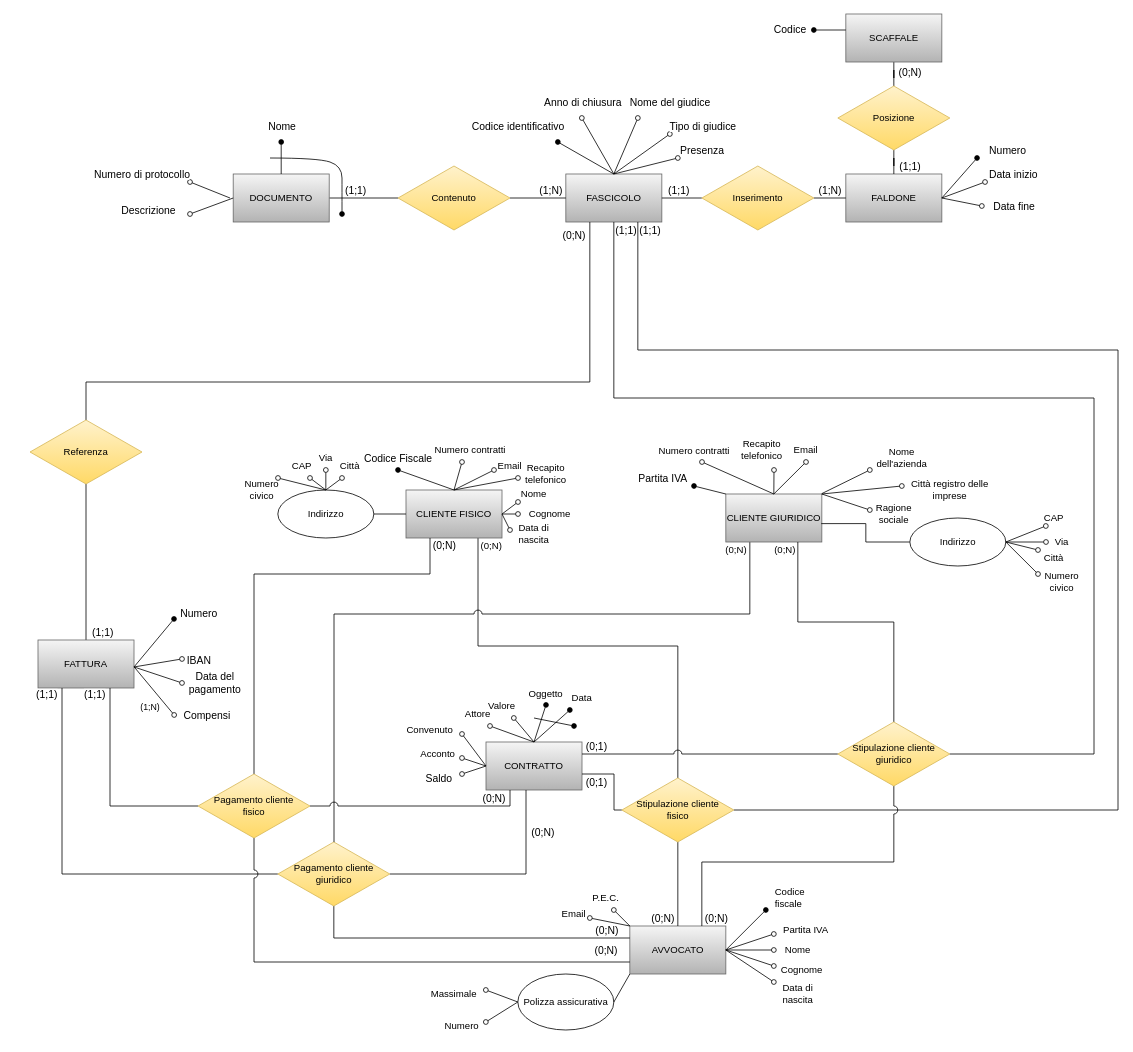
AndreaCiv/BasiDiDati keeps this draw.io diagram as DiagrammaER_Completo_DiMezzo.drawio. Above is the earlier version. Source tidied: cells renumbered, new cells numbered last; positions are measured from the earlier drawing's top-left corner, leaving out a move shared by most shapes. Both pictures are drawn from the tidied source at 80%, with x=0, y=0 at pixel (30, 14).
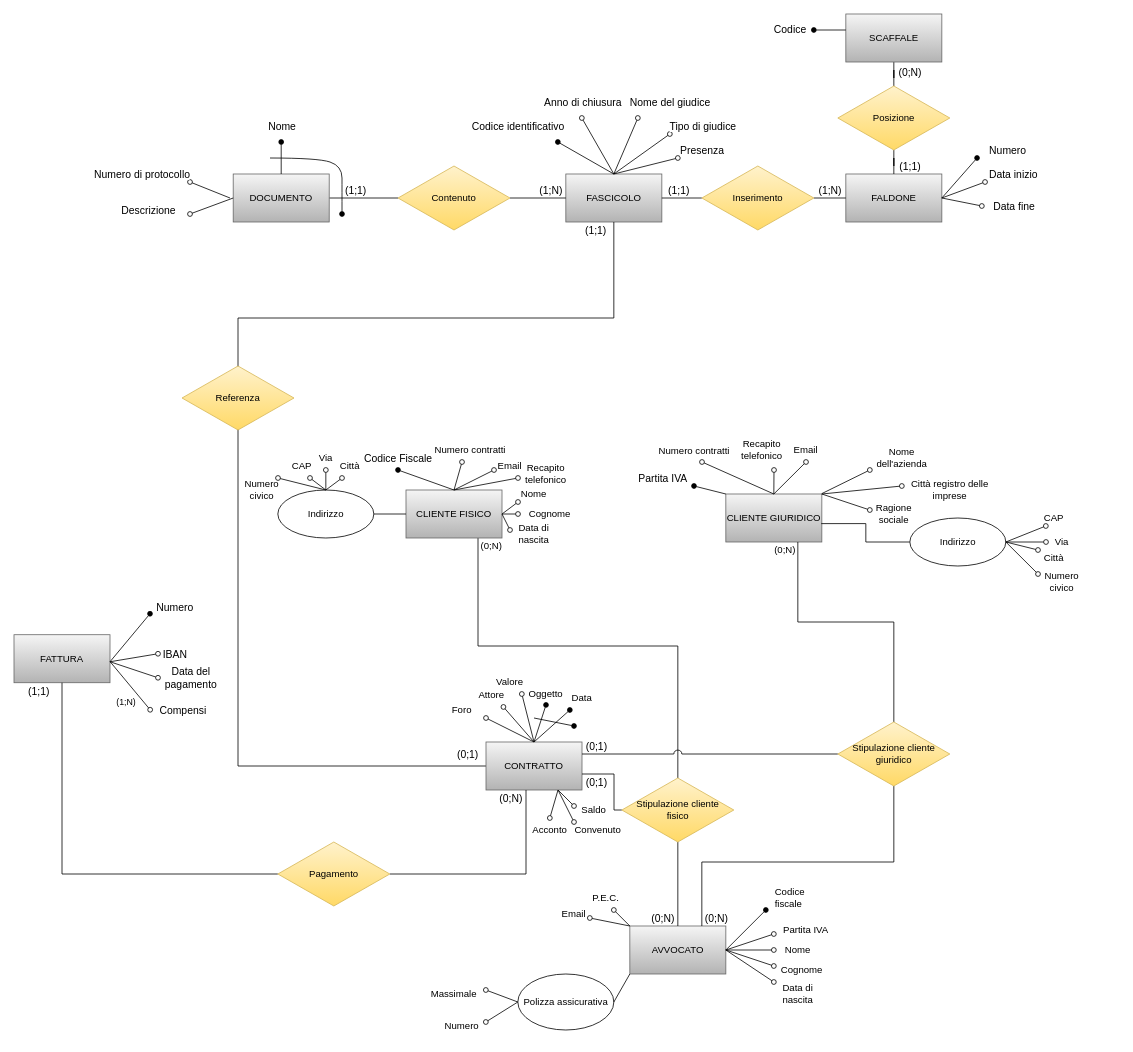
After the change.

The change refers to these unchanged cells:
```xml
<mxCell id="2" value="FASCICOLO" style="rounded=0;whiteSpace=wrap;html=1;fillColor=#f5f5f5;gradientColor=#b3b3b3;strokeColor=#666666;" parent="1" vertex="1">
  <mxGeometry x="669.8" y="200" width="120" height="60" as="geometry" />
</mxCell>
<mxCell id="45" value="CONTRATTO" style="rounded=0;whiteSpace=wrap;html=1;fillColor=#f5f5f5;gradientColor=#b3b3b3;strokeColor=#666666;" parent="1" vertex="1">
  <mxGeometry x="570" y="910" width="120" height="60" as="geometry" />
</mxCell>
<mxCell id="46" value="AVVOCATO" style="rounded=0;whiteSpace=wrap;html=1;fillColor=#f5f5f5;gradientColor=#b3b3b3;strokeColor=#666666;" parent="1" vertex="1">
  <mxGeometry x="749.8" y="1140" width="120" height="60" as="geometry" />
</mxCell>
<mxCell id="57" value="Stipulazione cliente&lt;br&gt;fisico" style="rhombus;whiteSpace=wrap;html=1;fillColor=#fff2cc;gradientColor=#ffd966;strokeColor=#d6b656;" parent="1" vertex="1">
  <mxGeometry x="739.8" y="955" width="140" height="80" as="geometry" />
</mxCell>
<mxCell id="58" style="edgeStyle=orthogonalEdgeStyle;rounded=0;jettySize=auto;html=1;startArrow=none;startFill=0;endArrow=none;endFill=0;" parent="1" edge="1" source="64" target="45">
  <mxGeometry relative="1" as="geometry">
    <Array as="points">
      <mxPoint x="620" y="1075" />
    </Array>
  </mxGeometry>
</mxCell>
<mxCell id="103" value="CLIENTE FISICO" style="rounded=0;whiteSpace=wrap;html=1;fillColor=#f5f5f5;gradientColor=#b3b3b3;strokeColor=#666666;" parent="1" vertex="1">
  <mxGeometry x="470" y="595" width="120" height="60" as="geometry" />
</mxCell>
<mxCell id="105" value="CLIENTE GIURIDICO" style="rounded=0;whiteSpace=wrap;html=1;fillColor=#f5f5f5;gradientColor=#b3b3b3;strokeColor=#666666;" parent="1" vertex="1">
  <mxGeometry x="869.8" y="600" width="120" height="60" as="geometry" />
</mxCell>
<mxCell id="174" value="Stipulazione cliente&lt;br&gt;giuridico" style="rhombus;whiteSpace=wrap;html=1;fillColor=#fff2cc;gradientColor=#ffd966;strokeColor=#d6b656;" parent="1" vertex="1">
  <mxGeometry x="1009.8" y="885" width="140" height="80" as="geometry" />
</mxCell>
```

The edit, as a diff of the source:
```diff
@@
+    <mxCell id="184" style="edgeStyle=orthogonalEdgeStyle;rounded=0;jettySize=auto;html=1;exitX=0.5;exitY=0;exitDx=0;exitDy=0;" parent="1" edge="1" source="45">
+      <mxGeometry relative="1" as="geometry">
+        <mxPoint x="630" y="909.6" as="targetPoint" />
+      </mxGeometry>
+    </mxCell>
+    <mxCell id="185" style="edgeStyle=orthogonalEdgeStyle;rounded=0;jettySize=auto;html=1;exitX=0;exitY=0.5;exitDx=0;exitDy=0;entryX=0.5;entryY=1;entryDx=0;entryDy=0;endArrow=none;endFill=0;" parent="1" edge="1" source="45" target="2">
+      <mxGeometry relative="1" as="geometry">
+        <Array as="points">
+          <mxPoint x="260" y="940" />
+          <mxPoint x="260" y="380" />
+          <mxPoint x="730" y="380" />
+        </Array>
+      </mxGeometry>
+    </mxCell>
@@
-    <mxCell id="47" style="edgeStyle=orthogonalEdgeStyle;rounded=0;jettySize=auto;html=1;entryX=0.5;entryY=1;entryDx=0;entryDy=0;endArrow=none;endFill=0;" parent="1" edge="1" source="49" target="120">
-      <mxGeometry relative="1" as="geometry" />
-    </mxCell>
-    <mxCell id="48" value="&lt;font style=&quot;font-size: 13px&quot;&gt;(1;1)&lt;/font&gt;" style="edgeLabel;html=1;align=center;verticalAlign=middle;" parent="47" vertex="1">
-      <mxGeometry x="-0.75" y="-1" relative="1" as="geometry">
-        <mxPoint x="19" y="14" as="offset" />
-      </mxGeometry>
-    </mxCell>
     <mxCell id="49" value="FATTURA" style="rounded=0;whiteSpace=wrap;html=1;fillColor=#f5f5f5;gradientColor=#b3b3b3;strokeColor=#666666;" parent="1" vertex="1">
-      <mxGeometry x="10" y="782.5" width="120" height="60" as="geometry" />
+      <mxGeometry x="-20" y="775.9" width="120" height="60" as="geometry" />
     </mxCell>
@@
-    <mxCell id="54" style="edgeStyle=orthogonalEdgeStyle;rounded=0;jettySize=auto;html=1;fontSize=13;endArrow=none;endFill=0;entryX=0.75;entryY=1;entryDx=0;entryDy=0;exitX=1;exitY=0.5;exitDx=0;exitDy=0;" parent="1" edge="1" source="57" target="2">
-      <mxGeometry relative="1" as="geometry">
-        <Array as="points">
-          <mxPoint x="1360" y="995" />
-          <mxPoint x="1360" y="420" />
-          <mxPoint x="760" y="420" />
-        </Array>
-      </mxGeometry>
-    </mxCell>
-    <mxCell id="55" value="(1;1)" style="edgeLabel;html=1;align=center;verticalAlign=middle;fontSize=13;" parent="54" vertex="1">
-      <mxGeometry x="0.97" relative="1" as="geometry">
-        <mxPoint x="15" y="-17" as="offset" />
-      </mxGeometry>
-    </mxCell>
@@
     <mxCell id="59" value="(0;N)" style="edgeLabel;html=1;align=center;verticalAlign=middle;fontSize=13;" parent="58" vertex="1">
       <mxGeometry x="0.24" y="3" relative="1" as="geometry">
-        <mxPoint x="23" y="-52" as="offset" />
+        <mxPoint x="-17" y="-95" as="offset" />
       </mxGeometry>
     </mxCell>
-    <mxCell id="60" style="edgeStyle=orthogonalEdgeStyle;rounded=0;jettySize=auto;html=1;startArrow=none;startFill=0;endArrow=none;endFill=0;" parent="1" edge="1" source="64" target="49">
-      <mxGeometry relative="1" as="geometry">
-        <Array as="points">
-          <mxPoint x="40" y="1075" />
-        </Array>
-      </mxGeometry>
+    <mxCell id="60" style="edgeStyle=orthogonalEdgeStyle;rounded=0;jettySize=auto;html=1;entryX=0.5;entryY=1;entryDx=0;entryDy=0;endArrow=none;endFill=0;" parent="1" edge="1" source="64" target="49">
+      <mxGeometry relative="1" as="geometry" />
     </mxCell>
-    <mxCell id="61" value="(1;1)" style="edgeLabel;html=1;align=center;verticalAlign=middle;fontSize=13;" parent="60" vertex="1">
-      <mxGeometry x="-0.66" y="2" relative="1" as="geometry">
-        <mxPoint x="-204" y="-227" as="offset" />
-      </mxGeometry>
-    </mxCell>
-    <mxCell id="62" style="edgeStyle=orthogonalEdgeStyle;rounded=0;jettySize=auto;html=1;startArrow=none;startFill=0;endArrow=none;endFill=0;entryX=0;entryY=0.25;entryDx=0;entryDy=0;exitX=0.5;exitY=1;exitDx=0;exitDy=0;" parent="1" edge="1" source="64" target="46">
-      <mxGeometry relative="1" as="geometry">
-        <Array as="points">
-          <mxPoint x="380" y="1155" />
-        </Array>
-      </mxGeometry>
-    </mxCell>
-    <mxCell id="63" value="(0;N)" style="edgeLabel;html=1;align=center;verticalAlign=middle;fontSize=13;" parent="62" vertex="1">
-      <mxGeometry x="0.92" y="-1" relative="1" as="geometry">
-        <mxPoint x="-13" y="-11" as="offset" />
-      </mxGeometry>
-    </mxCell>
-    <mxCell id="64" value="Pagamento cliente &lt;br&gt;giuridico" style="rhombus;whiteSpace=wrap;html=1;fillColor=#fff2cc;gradientColor=#ffd966;strokeColor=#d6b656;" parent="1" vertex="1">
+    <mxCell id="64" value="Pagamento" style="rhombus;whiteSpace=wrap;html=1;fillColor=#fff2cc;gradientColor=#ffd966;strokeColor=#d6b656;" parent="1" vertex="1">
       <mxGeometry x="309.8" y="1035" width="140" height="80" as="geometry" />
     </mxCell>
     <mxCell id="65" style="endArrow=oval;html=1;rounded=0;endFill=1;exitX=1;exitY=0.5;exitDx=0;exitDy=0;" parent="1" edge="1">
       <mxGeometry relative="1" as="geometry">
-        <mxPoint x="130" y="816.2" as="sourcePoint" />
-        <mxPoint x="180" y="756.2" as="targetPoint" />
+        <mxPoint x="100" y="809.7" as="sourcePoint" />
+        <mxPoint x="150" y="749.7" as="targetPoint" />
       </mxGeometry>
     </mxCell>
@@
     <mxCell id="67" style="endArrow=oval;html=1;rounded=0;fontSize=13;endFill=0;" parent="1" edge="1">
       <mxGeometry relative="1" as="geometry">
-        <mxPoint x="130" y="816.2" as="sourcePoint" />
-        <mxPoint x="190" y="806.2" as="targetPoint" />
+        <mxPoint x="100" y="809.7" as="sourcePoint" />
+        <mxPoint x="160" y="799.7" as="targetPoint" />
       </mxGeometry>
     </mxCell>
@@
     <mxCell id="69" style="endArrow=oval;html=1;rounded=0;fontSize=13;endFill=0;" parent="1" edge="1">
       <mxGeometry relative="1" as="geometry">
-        <mxPoint x="130" y="816.2" as="sourcePoint" />
-        <mxPoint x="190" y="836.2" as="targetPoint" />
+        <mxPoint x="100" y="809.7" as="sourcePoint" />
+        <mxPoint x="160" y="829.7" as="targetPoint" />
       </mxGeometry>
     </mxCell>
@@
     <mxCell id="74" value="Valore" style="text;html=1;strokeColor=none;fillColor=none;align=center;verticalAlign=middle;whiteSpace=wrap;rounded=0;" parent="1" vertex="1">
-      <mxGeometry x="559.8" y="850" width="60" height="30" as="geometry" />
+      <mxGeometry x="569.8" y="820" width="60" height="30" as="geometry" />
     </mxCell>
@@
     <mxCell id="76" value="Attore" style="text;html=1;strokeColor=none;fillColor=none;align=center;verticalAlign=middle;whiteSpace=wrap;rounded=0;" parent="1" vertex="1">
-      <mxGeometry x="530" y="860" width="60" height="30" as="geometry" />
+      <mxGeometry x="546.8" y="836.2" width="60" height="30" as="geometry" />
     </mxCell>
-    <mxCell id="77" style="endArrow=oval;html=1;rounded=0;endFill=0;exitX=0;exitY=0.5;exitDx=0;exitDy=0;" parent="1" edge="1" source="45">
+    <mxCell id="77" style="endArrow=oval;html=1;rounded=0;endFill=0;exitX=0.75;exitY=1;exitDx=0;exitDy=0;" parent="1" edge="1" source="45">
       <mxGeometry relative="1" as="geometry">
-        <mxPoint x="540" y="900" as="targetPoint" />
+        <mxPoint x="680" y="1010" as="targetPoint" />
       </mxGeometry>
     </mxCell>
     <mxCell id="78" value="Convenuto" style="text;html=1;strokeColor=none;fillColor=none;align=center;verticalAlign=middle;whiteSpace=wrap;rounded=0;" parent="1" vertex="1">
-      <mxGeometry x="470" y="880" width="60" height="30" as="geometry" />
+      <mxGeometry x="679.8" y="1005" width="60" height="30" as="geometry" />
     </mxCell>
-    <mxCell id="79" style="endArrow=oval;html=1;rounded=0;endFill=0;exitX=0;exitY=0.5;exitDx=0;exitDy=0;" parent="1" edge="1" source="45">
-      <mxGeometry relative="1" as="geometry">
-        <mxPoint x="540" y="930" as="targetPoint" />
-      </mxGeometry>
+    <mxCell id="79" style="endArrow=oval;html=1;rounded=0;endFill=0;exitX=0.75;exitY=1;exitDx=0;exitDy=0;entryX=0.5;entryY=0;entryDx=0;entryDy=0;" parent="1" edge="1" source="45" target="80">
+      <mxGeometry relative="1" as="geometry" />
     </mxCell>
     <mxCell id="80" value="Acconto" style="text;html=1;strokeColor=none;fillColor=none;align=center;verticalAlign=middle;whiteSpace=wrap;rounded=0;" parent="1" vertex="1">
-      <mxGeometry x="480" y="910" width="60" height="30" as="geometry" />
+      <mxGeometry x="619.8" y="1005" width="60" height="30" as="geometry" />
     </mxCell>
@@
-    <mxCell id="104" style="edgeStyle=orthogonalEdgeStyle;rounded=0;jettySize=auto;html=1;exitX=0.25;exitY=1;exitDx=0;exitDy=0;endArrow=none;endFill=0;jumpStyle=arc;jumpSize=10;" parent="1" edge="1" source="105" target="64">
-      <mxGeometry relative="1" as="geometry">
-        <Array as="points">
-          <mxPoint x="900" y="750" />
-          <mxPoint x="380" y="750" />
-        </Array>
-      </mxGeometry>
-    </mxCell>
@@
-    <mxCell id="118" style="edgeStyle=orthogonalEdgeStyle;rounded=0;jettySize=auto;html=1;entryX=0.25;entryY=1;entryDx=0;entryDy=0;endArrow=none;endFill=0;" parent="1" edge="1" source="120" target="2">
-      <mxGeometry relative="1" as="geometry">
-        <Array as="points">
-          <mxPoint x="70" y="460" />
-          <mxPoint x="700" y="460" />
-        </Array>
-      </mxGeometry>
-    </mxCell>
-    <mxCell id="119" value="(0;N)" style="edgeLabel;html=1;align=center;verticalAlign=middle;fontSize=13;" parent="118" vertex="1">
-      <mxGeometry x="0.95" relative="1" as="geometry">
-        <mxPoint x="-20" y="-6" as="offset" />
-      </mxGeometry>
-    </mxCell>
-    <mxCell id="120" value="Referenza" style="rhombus;whiteSpace=wrap;html=1;fillColor=#fff2cc;gradientColor=#ffd966;strokeColor=#d6b656;" parent="1" vertex="1">
-      <mxGeometry y="507.5" width="140" height="80" as="geometry" />
-    </mxCell>
@@
     <mxCell id="122" style="endArrow=oval;html=1;rounded=0;fontSize=13;endFill=0;" parent="1" edge="1">
       <mxGeometry relative="1" as="geometry">
-        <mxPoint x="130.2" y="816.2" as="sourcePoint" />
-        <mxPoint x="180.2" y="876.2" as="targetPoint" />
+        <mxPoint x="100.2" y="809.7" as="sourcePoint" />
+        <mxPoint x="150.2" y="869.7" as="targetPoint" />
       </mxGeometry>
     </mxCell>
@@
-    <mxCell id="129" style="endArrow=oval;html=1;rounded=0;endFill=0;exitX=0;exitY=0.5;exitDx=0;exitDy=0;" parent="1" edge="1" source="45">
+    <mxCell id="129" style="endArrow=oval;html=1;rounded=0;endFill=0;exitX=0.75;exitY=1;exitDx=0;exitDy=0;" parent="1" edge="1" source="45">
       <mxGeometry relative="1" as="geometry">
-        <mxPoint x="540" y="950" as="targetPoint" />
+        <mxPoint x="680" y="990" as="targetPoint" />
       </mxGeometry>
     </mxCell>
-    <mxCell id="130" value="&lt;font style=&quot;font-size: 13px&quot;&gt;Saldo&lt;/font&gt;" style="edgeLabel;html=1;align=center;verticalAlign=middle;" parent="129" vertex="1">
-      <mxGeometry x="0.45" y="-1" relative="1" as="geometry">
-        <mxPoint x="-37" y="9" as="offset" />
-      </mxGeometry>
-    </mxCell>
@@
-    <mxCell id="163" style="edgeStyle=orthogonalEdgeStyle;rounded=0;jettySize=auto;html=1;entryX=0.75;entryY=1;entryDx=0;entryDy=0;endArrow=none;endFill=0;" parent="1" edge="1" source="167" target="49">
-      <mxGeometry relative="1" as="geometry" />
-    </mxCell>
-    <mxCell id="164" style="edgeStyle=orthogonalEdgeStyle;rounded=0;jettySize=auto;html=1;entryX=0.25;entryY=1;entryDx=0;entryDy=0;endArrow=none;endFill=0;" parent="1" edge="1" source="167" target="103">
-      <mxGeometry relative="1" as="geometry">
-        <Array as="points">
-          <mxPoint x="280" y="700" />
-          <mxPoint x="500" y="700" />
-        </Array>
-      </mxGeometry>
-    </mxCell>
-    <mxCell id="165" style="edgeStyle=orthogonalEdgeStyle;rounded=0;jettySize=auto;html=1;entryX=0.25;entryY=1;entryDx=0;entryDy=0;endArrow=none;endFill=0;jumpStyle=arc;jumpSize=10;" parent="1" edge="1" source="167" target="45">
-      <mxGeometry relative="1" as="geometry" />
-    </mxCell>
-    <mxCell id="166" style="edgeStyle=orthogonalEdgeStyle;rounded=0;jumpStyle=arc;jettySize=auto;html=1;entryX=0;entryY=0.75;entryDx=0;entryDy=0;endArrow=none;endFill=0;jumpSize=10;" parent="1" edge="1" source="167" target="46">
-      <mxGeometry relative="1" as="geometry">
-        <Array as="points">
-          <mxPoint x="280" y="1185" />
-        </Array>
-      </mxGeometry>
-    </mxCell>
-    <mxCell id="167" value="Pagamento cliente&lt;br&gt;fisico" style="rhombus;whiteSpace=wrap;html=1;fillColor=#fff2cc;gradientColor=#ffd966;strokeColor=#d6b656;" parent="1" vertex="1">
-      <mxGeometry x="210" y="950" width="140" height="80" as="geometry" />
-    </mxCell>
-    <mxCell id="168" value="(0;N)" style="edgeLabel;html=1;align=center;verticalAlign=middle;fontSize=13;" parent="1" vertex="1">
-      <mxGeometry x="719.8" y="1170" as="geometry" />
-    </mxCell>
-    <mxCell id="169" value="(1;1)" style="edgeLabel;html=1;align=center;verticalAlign=middle;fontSize=13;" parent="1" vertex="1">
-      <mxGeometry x="80" y="850" as="geometry" />
-    </mxCell>
-    <mxCell id="170" value="(0;N)" style="edgeLabel;html=1;align=center;verticalAlign=middle;fontSize=13;" parent="1" vertex="1">
-      <mxGeometry x="579.8" y="980" as="geometry" />
-    </mxCell>
@@
-    <mxCell id="176" style="edgeStyle=orthogonalEdgeStyle;rounded=0;jettySize=auto;html=1;fontSize=13;endArrow=none;endFill=0;entryX=0.5;entryY=1;entryDx=0;entryDy=0;exitX=1;exitY=0.5;exitDx=0;exitDy=0;" parent="1" edge="1" source="174" target="2">
-      <mxGeometry relative="1" as="geometry">
-        <Array as="points">
-          <mxPoint x="1330" y="925" />
-          <mxPoint x="1330" y="480" />
-          <mxPoint x="730" y="480" />
-        </Array>
-      </mxGeometry>
-    </mxCell>
-    <mxCell id="177" value="(1;1)" style="edgeLabel;html=1;align=center;verticalAlign=middle;fontSize=13;" parent="176" vertex="1">
-      <mxGeometry x="0.97" relative="1" as="geometry">
-        <mxPoint x="15" y="-12" as="offset" />
-      </mxGeometry>
-    </mxCell>
@@
-    <mxCell id="179" value="(0;N)" style="edgeLabel;html=1;align=center;verticalAlign=middle;fontSize=13;" parent="1" vertex="1">
-      <mxGeometry x="599.8" y="995" as="geometry">
-        <mxPoint x="-82" y="-332" as="offset" />
-      </mxGeometry>
-    </mxCell>
@@
-    <mxCell id="181" value="(0;N)" style="text;html=1;strokeColor=none;fillColor=none;align=center;verticalAlign=middle;whiteSpace=wrap;rounded=0;" parent="1" vertex="1">
-      <mxGeometry x="853" y="655" width="60" height="30" as="geometry" />
-    </mxCell>
@@
+    <mxCell id="186" style="endArrow=oval;html=1;rounded=0;exitX=0.5;exitY=0;exitDx=0;exitDy=0;endFill=0;" parent="1" edge="1" source="45">
+      <mxGeometry relative="1" as="geometry">
+        <mxPoint x="570" y="880" as="targetPoint" />
+      </mxGeometry>
+    </mxCell>
+    <mxCell id="187" value="Foro" style="text;html=1;strokeColor=none;fillColor=none;align=center;verticalAlign=middle;whiteSpace=wrap;rounded=0;" parent="1" vertex="1">
+      <mxGeometry x="510" y="860" width="60" height="20" as="geometry" />
+    </mxCell>
+    <mxCell id="130" value="Saldo" style="text;html=1;strokeColor=none;fillColor=none;align=center;verticalAlign=middle;whiteSpace=wrap;rounded=0;" parent="1" vertex="1">
+      <mxGeometry x="675.1" y="980" width="60" height="30" as="geometry" />
+    </mxCell>
+    <mxCell id="188" value="(1;1)" style="edgeLabel;html=1;align=center;verticalAlign=middle;fontSize=13;" parent="1" vertex="1">
+      <mxGeometry x="80" y="855" as="geometry">
+        <mxPoint x="-70" y="-9" as="offset" />
+      </mxGeometry>
+    </mxCell>
+    <mxCell id="120" value="Referenza" style="rhombus;whiteSpace=wrap;html=1;fillColor=#fff2cc;gradientColor=#ffd966;strokeColor=#d6b656;" parent="1" vertex="1">
+      <mxGeometry x="190" y="440" width="140" height="80" as="geometry" />
+    </mxCell>
+    <mxCell id="189" value="(0;1)" style="edgeLabel;html=1;align=center;verticalAlign=middle;fontSize=13;" parent="1" vertex="1">
+      <mxGeometry x="50" y="855" as="geometry">
+        <mxPoint x="496" y="70" as="offset" />
+      </mxGeometry>
+    </mxCell>
+    <mxCell id="190" value="(1;1)" style="edgeLabel;html=1;align=center;verticalAlign=middle;fontSize=13;" parent="1" vertex="1">
+      <mxGeometry x="210" y="200" as="geometry">
+        <mxPoint x="496" y="70" as="offset" />
+      </mxGeometry>
+    </mxCell>
```
